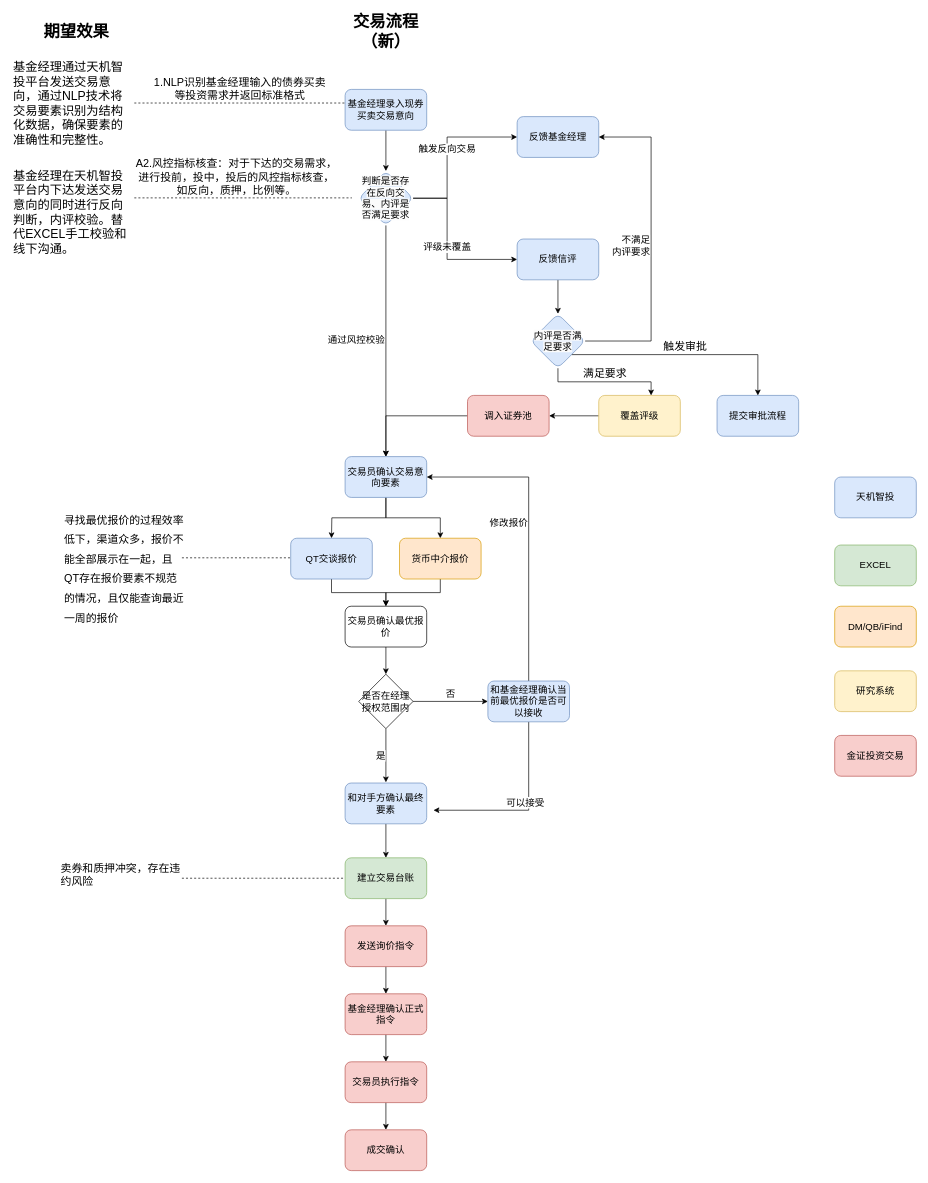
The draw.io diagram 现券交易流程图（新）.drawio in steven-turing/draw, before the edit. Source tidied: cells renumbered, new cells numbered last; positions are measured from the earlier drawing's top-left corner, leaving out a move shared by most shapes. Both pictures are drawn from the tidied source at 68%, with x=0, y=0 at pixel (12, 21).
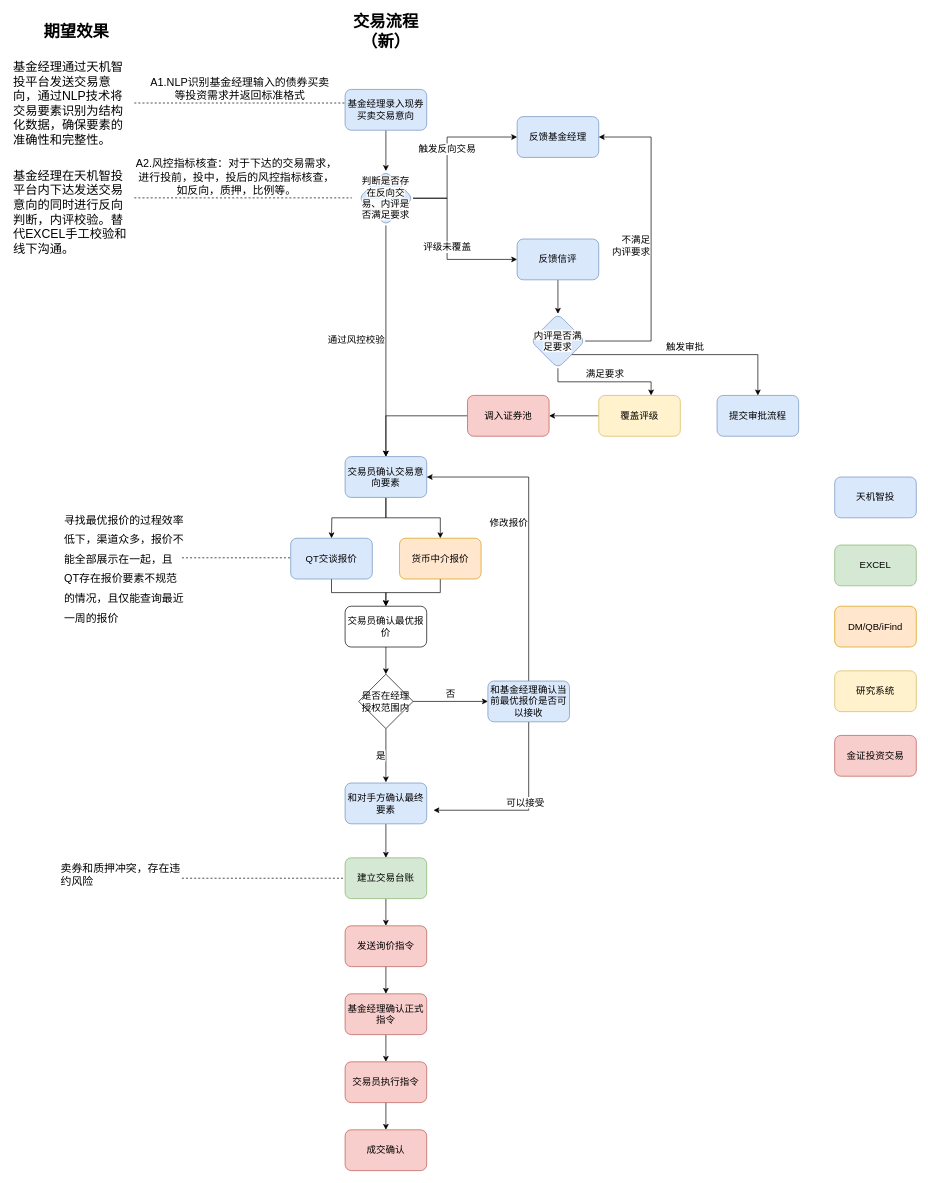
After the change.

Commit message:
更新现券交易流程图（新）.drawio

The change refers to these unchanged cells:
```xml
<mxCell id="42" value="&lt;h1 style=&quot;margin-top: 0px;&quot;&gt;&lt;span style=&quot;background-color: transparent; color: light-dark(rgb(0, 0, 0), rgb(255, 255, 255)); font-weight: normal;&quot;&gt;&lt;font&gt;基金经理通过天机智投平台发送交易意向，通过NLP技术将交易要素识别为结构化数据，确保要素的准确性和完整性。&lt;/font&gt;&lt;/span&gt;&lt;/h1&gt;" style="text;html=1;whiteSpace=wrap;overflow=hidden;rounded=0;fontSize=9;" parent="1" vertex="1">
  <mxGeometry y="50" width="180" height="140" as="geometry" />
</mxCell>
<mxCell id="49" value="&lt;br&gt;&lt;span style=&quot;color: rgb(0, 0, 0); font-family: Helvetica; font-style: normal; font-variant-ligatures: normal; font-variant-caps: normal; font-weight: 400; letter-spacing: normal; orphans: 2; text-align: center; text-indent: 0px; text-transform: none; widows: 2; word-spacing: 0px; -webkit-text-stroke-width: 0px; white-space: normal; background-color: rgb(251, 251, 251); text-decoration-thickness: initial; text-decoration-style: initial; text-decoration-color: initial; float: none; display: inline !important;&quot;&gt;内评是否&lt;/span&gt;&lt;span style=&quot;background-color: light-dark(rgb(251, 251, 251), rgb(21, 21, 21)); color: light-dark(rgb(0, 0, 0), rgb(237, 237, 237));&quot;&gt;满足要求&lt;/span&gt;&lt;div&gt;&lt;br&gt;&lt;/div&gt;" style="rhombus;whiteSpace=wrap;html=1;fillColor=#dae8fc;strokeColor=#6c8ebf;rounded=1;textShadow=0;fontSize=14;" parent="1" vertex="1">
  <mxGeometry x="763" y="430" width="80" height="80" as="geometry" />
</mxCell>
<mxCell id="51" value="覆盖评级" style="whiteSpace=wrap;html=1;fontSize=14;fillColor=#fff2cc;strokeColor=#d6b656;rounded=1;" parent="1" vertex="1">
  <mxGeometry x="863" y="550" width="120" height="60" as="geometry" />
</mxCell>
<mxCell id="62" value="提交审批流程" style="whiteSpace=wrap;html=1;fontSize=14;fillColor=#dae8fc;strokeColor=#6c8ebf;rounded=1;" parent="1" vertex="1">
  <mxGeometry x="1037" y="550" width="120" height="60" as="geometry" />
</mxCell>
```

The edit, as a diff of the source:
```diff
@@
-    <mxCell id="38" value="1.NLP识别基金经理输入的债券买卖&lt;div&gt;等投资需求并返回标准格式&lt;/div&gt;" style="edgeStyle=orthogonalEdgeStyle;rounded=0;jettySize=auto;html=1;dashed=1;endArrow=none;startFill=0;exitX=1;exitY=0.5;exitDx=0;exitDy=0;fontSize=16;verticalAlign=bottom;" parent="1" edge="1" source="42">
+    <mxCell id="38" value="A1.NLP识别基金经理输入的债券买卖&lt;div&gt;等投资需求并返回标准格式&lt;/div&gt;" style="edgeStyle=orthogonalEdgeStyle;rounded=0;jettySize=auto;html=1;dashed=1;endArrow=none;startFill=0;exitX=1;exitY=0.5;exitDx=0;exitDy=0;fontSize=16;verticalAlign=bottom;" parent="1" edge="1" source="42">
       <mxGeometry relative="1" as="geometry">
         <mxPoint x="490" y="120" as="targetPoint" />
       </mxGeometry>
     </mxCell>
@@
-    <mxCell id="46" value="满足要求" style="edgeStyle=orthogonalEdgeStyle;rounded=0;jettySize=auto;html=1;align=center;fontSize=16;verticalAlign=bottom;" parent="1" edge="1" source="49" target="51">
+    <mxCell id="46" value="满足要求" style="edgeStyle=orthogonalEdgeStyle;rounded=0;jettySize=auto;html=1;align=center;fontSize=14;verticalAlign=bottom;" parent="1" edge="1" source="49" target="51">
       <mxGeometry relative="1" as="geometry">
         <Array as="points">
           <mxPoint x="803" y="530" />
           <mxPoint x="940" y="530" />
         </Array>
       </mxGeometry>
     </mxCell>
@@
-    <mxCell id="48" value="&lt;font style=&quot;font-size: 16px;&quot;&gt;触发审批&lt;/font&gt;" style="edgeStyle=orthogonalEdgeStyle;rounded=0;jettySize=auto;html=1;exitX=1;exitY=1;exitDx=0;exitDy=0;verticalAlign=bottom;" parent="1" edge="1" source="49" target="62">
+    <mxCell id="48" value="&lt;font&gt;触发审批&lt;/font&gt;" style="edgeStyle=orthogonalEdgeStyle;rounded=0;jettySize=auto;html=1;exitX=1;exitY=1;exitDx=0;exitDy=0;verticalAlign=bottom;fontSize=14;" parent="1" edge="1" source="49" target="62">
       <mxGeometry relative="1" as="geometry" />
     </mxCell>
```
